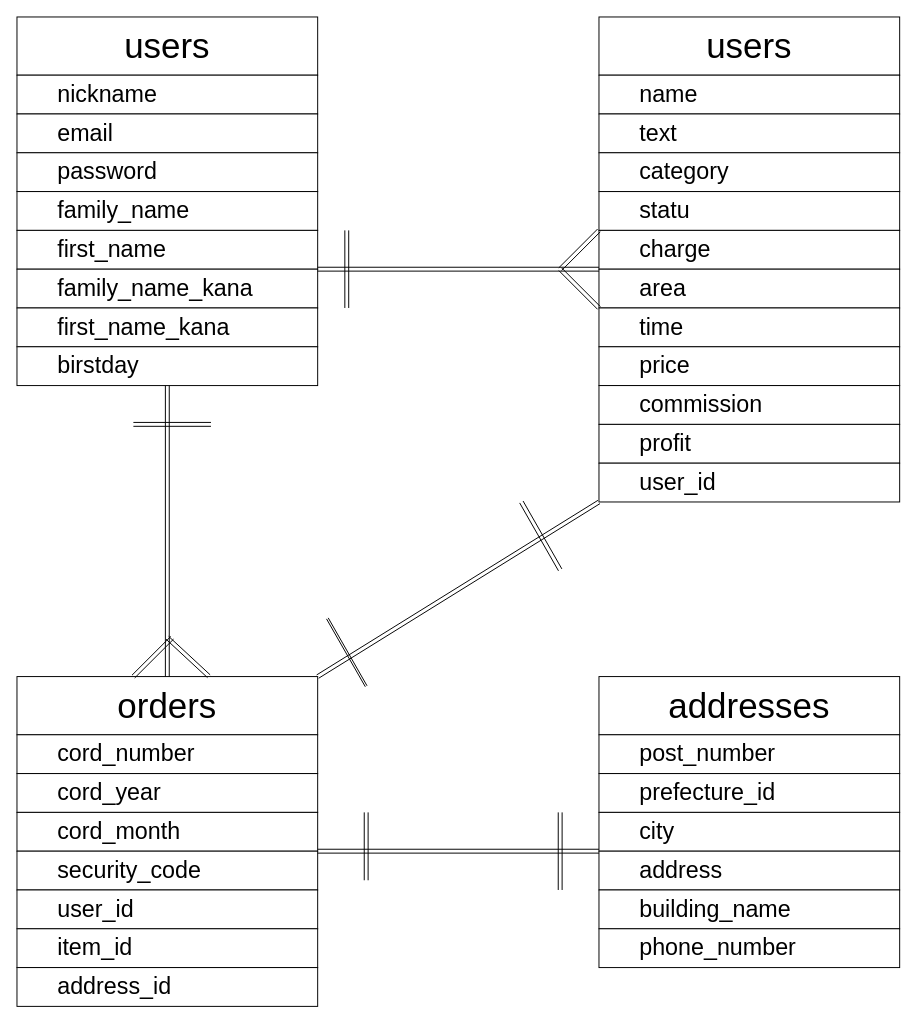
The draw.io diagram furima.dio in hashikendesu/furima-34839, before the edit. Source tidied: cells renumbered, new cells numbered last; positions are measured from the earlier drawing's top-left corner, leaving out a move shared by most shapes. Both pictures are drawn from the tidied source at 97%, with x=0, y=0 at pixel (16, 16).
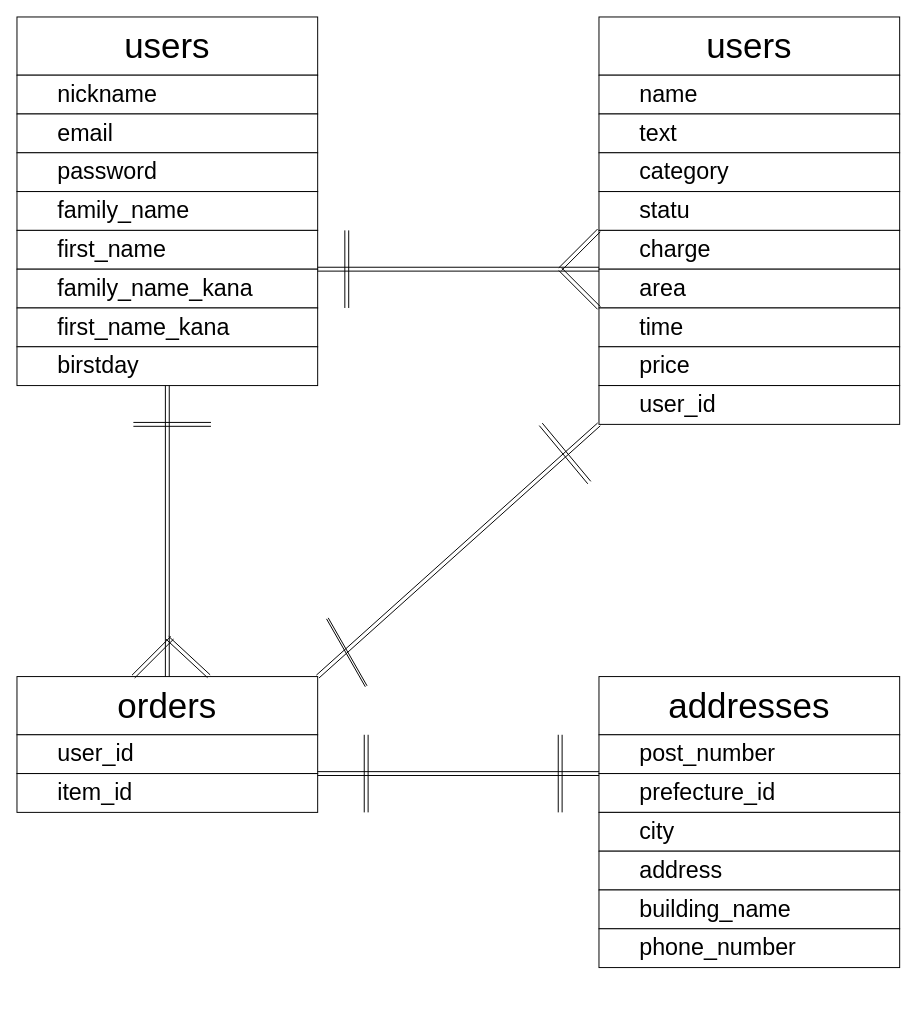
The same diagram, later.

Commit message (it also covers changes not shown here):
README.md作成（修正後）

The change refers to these unchanged cells:
```xml
<mxCell id="12" value="&lt;span style=&quot;font-size: 36px&quot;&gt;orders&lt;/span&gt;" style="rounded=0;whiteSpace=wrap;html=1;" parent="1" vertex="1">
  <mxGeometry y="680" width="310" height="60" as="geometry" />
</mxCell>
<mxCell id="26" value="&lt;blockquote style=&quot;margin: 0 0 0 40px ; border: none ; padding: 0px&quot;&gt;&lt;span style=&quot;font-size: 24px&quot;&gt;prefecture_id&lt;/span&gt;&lt;/blockquote&gt;" style="rounded=0;whiteSpace=wrap;html=1;align=left;" parent="1" vertex="1">
  <mxGeometry x="600" y="780" width="310" height="40" as="geometry" />
</mxCell>
<mxCell id="27" value="&lt;blockquote style=&quot;margin: 0 0 0 40px ; border: none ; padding: 0px&quot;&gt;&lt;span style=&quot;font-size: 24px&quot;&gt;city&lt;/span&gt;&lt;/blockquote&gt;" style="rounded=0;whiteSpace=wrap;html=1;align=left;" parent="1" vertex="1">
  <mxGeometry x="600" y="820" width="310" height="40" as="geometry" />
</mxCell>
```

Diff of the diagram source:
```diff
@@
-    <mxCell id="21" value="&lt;blockquote style=&quot;margin: 0 0 0 40px ; border: none ; padding: 0px&quot;&gt;&lt;span style=&quot;font-size: 24px&quot;&gt;commission&lt;/span&gt;&lt;/blockquote&gt;" style="rounded=0;whiteSpace=wrap;html=1;align=left;" parent="1" vertex="1">
-      <mxGeometry x="600" y="380" width="310" height="40" as="geometry" />
-    </mxCell>
-    <mxCell id="22" value="&lt;blockquote style=&quot;margin: 0 0 0 40px ; border: none ; padding: 0px&quot;&gt;&lt;span style=&quot;font-size: 24px&quot;&gt;profit&lt;/span&gt;&lt;/blockquote&gt;" style="rounded=0;whiteSpace=wrap;html=1;align=left;" parent="1" vertex="1">
-      <mxGeometry x="600" y="420" width="310" height="40" as="geometry" />
-    </mxCell>
     <mxCell id="23" value="&lt;blockquote style=&quot;margin: 0 0 0 40px ; border: none ; padding: 0px&quot;&gt;&lt;span style=&quot;font-size: 24px&quot;&gt;user_id&lt;/span&gt;&lt;/blockquote&gt;" style="rounded=0;whiteSpace=wrap;html=1;align=left;" parent="1" vertex="1">
-      <mxGeometry x="600" y="460" width="310" height="40" as="geometry" />
+      <mxGeometry x="600" y="380" width="310" height="40" as="geometry" />
     </mxCell>
@@
-    <mxCell id="31" value="&lt;blockquote style=&quot;margin: 0 0 0 40px ; border: none ; padding: 0px&quot;&gt;&lt;span style=&quot;font-size: 24px&quot;&gt;cord_number&lt;/span&gt;&lt;/blockquote&gt;" style="rounded=0;whiteSpace=wrap;html=1;align=left;" parent="1" vertex="1">
-      <mxGeometry y="740" width="310" height="40" as="geometry" />
-    </mxCell>
-    <mxCell id="32" value="&lt;blockquote style=&quot;margin: 0 0 0 40px ; border: none ; padding: 0px&quot;&gt;&lt;span style=&quot;font-size: 24px&quot;&gt;cord_year&lt;/span&gt;&lt;br&gt;&lt;/blockquote&gt;" style="rounded=0;whiteSpace=wrap;html=1;align=left;" parent="1" vertex="1">
-      <mxGeometry y="780" width="310" height="40" as="geometry" />
-    </mxCell>
-    <mxCell id="33" value="&lt;blockquote style=&quot;margin: 0 0 0 40px ; border: none ; padding: 0px&quot;&gt;&lt;span style=&quot;font-size: 24px&quot;&gt;cord_month&lt;/span&gt;&lt;/blockquote&gt;" style="rounded=0;whiteSpace=wrap;html=1;align=left;" parent="1" vertex="1">
-      <mxGeometry y="820" width="310" height="40" as="geometry" />
-    </mxCell>
-    <mxCell id="34" value="&lt;blockquote style=&quot;margin: 0 0 0 40px ; border: none ; padding: 0px&quot;&gt;&lt;span style=&quot;font-size: 24px&quot;&gt;security_code&lt;/span&gt;&lt;/blockquote&gt;" style="rounded=0;whiteSpace=wrap;html=1;align=left;" parent="1" vertex="1">
-      <mxGeometry y="860" width="310" height="40" as="geometry" />
-    </mxCell>
     <mxCell id="35" value="&lt;blockquote style=&quot;margin: 0 0 0 40px ; border: none ; padding: 0px&quot;&gt;&lt;span style=&quot;font-size: 24px&quot;&gt;user_id&lt;/span&gt;&lt;/blockquote&gt;" style="rounded=0;whiteSpace=wrap;html=1;align=left;" parent="1" vertex="1">
-      <mxGeometry y="900" width="310" height="40" as="geometry" />
+      <mxGeometry y="740" width="310" height="40" as="geometry" />
     </mxCell>
     <mxCell id="36" value="&lt;blockquote style=&quot;margin: 0 0 0 40px ; border: none ; padding: 0px&quot;&gt;&lt;span style=&quot;font-size: 24px&quot;&gt;item_id&lt;/span&gt;&lt;/blockquote&gt;" style="rounded=0;whiteSpace=wrap;html=1;align=left;" parent="1" vertex="1">
-      <mxGeometry y="940" width="310" height="40" as="geometry" />
+      <mxGeometry y="780" width="310" height="40" as="geometry" />
     </mxCell>
-    <mxCell id="37" value="&lt;blockquote style=&quot;margin: 0 0 0 40px ; border: none ; padding: 0px&quot;&gt;&lt;span style=&quot;font-size: 24px&quot;&gt;address_id&lt;/span&gt;&lt;/blockquote&gt;" style="rounded=0;whiteSpace=wrap;html=1;align=left;" parent="1" vertex="1">
-      <mxGeometry y="980" width="310" height="40" as="geometry" />
-    </mxCell>
@@
-    <mxCell id="46" style="shape=link;html=1;entryX=0;entryY=1;entryDx=0;entryDy=0;exitX=1;exitY=0;exitDx=0;exitDy=0;" parent="1" edge="1" source="34" target="27">
+    <mxCell id="46" style="shape=link;html=1;entryX=0;entryY=0;entryDx=0;entryDy=0;exitX=1;exitY=1;exitDx=0;exitDy=0;" parent="1" edge="1" source="35" target="26">
       <mxGeometry relative="1" as="geometry" />
     </mxCell>
     <mxCell id="47" style="shape=link;html=1;" parent="1" edge="1">
       <mxGeometry relative="1" as="geometry">
-        <mxPoint x="360" y="820" as="sourcePoint" />
-        <mxPoint x="360" y="890" as="targetPoint" />
+        <mxPoint x="360" y="740" as="sourcePoint" />
+        <mxPoint x="360" y="820" as="targetPoint" />
       </mxGeometry>
     </mxCell>
     <mxCell id="48" style="shape=link;html=1;" parent="1" edge="1">
       <mxGeometry relative="1" as="geometry">
-        <mxPoint x="560" y="820" as="sourcePoint" />
-        <mxPoint x="560" y="900" as="targetPoint" />
+        <mxPoint x="560" y="740" as="sourcePoint" />
+        <mxPoint x="560" y="820" as="targetPoint" />
       </mxGeometry>
     </mxCell>
-    <mxCell id="49" style="shape=link;html=1;exitX=1;exitY=0;exitDx=0;exitDy=0;" parent="1" edge="1" source="12">
-      <mxGeometry relative="1" as="geometry">
-        <mxPoint x="600" y="500" as="targetPoint" />
-      </mxGeometry>
+    <mxCell id="49" style="shape=link;html=1;exitX=1;exitY=0;exitDx=0;exitDy=0;entryX=0;entryY=1;entryDx=0;entryDy=0;" parent="1" edge="1" source="12" target="23">
+      <mxGeometry relative="1" as="geometry" />
     </mxCell>
     <mxCell id="50" style="shape=link;html=1;" parent="1" edge="1">
       <mxGeometry relative="1" as="geometry">
-        <mxPoint x="520" y="500" as="sourcePoint" />
-        <mxPoint x="560" y="570" as="targetPoint" />
+        <mxPoint x="540" y="420" as="sourcePoint" />
+        <mxPoint x="590" y="480" as="targetPoint" />
       </mxGeometry>
     </mxCell>
```
